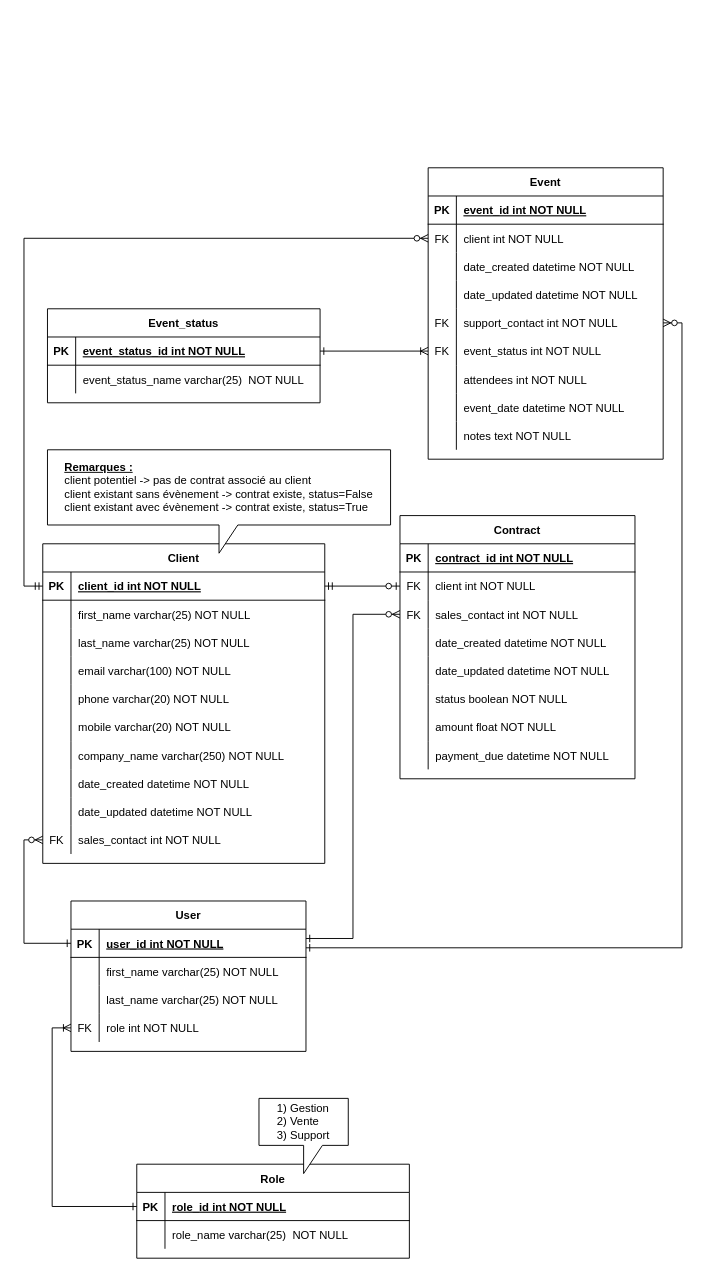
The draw.io diagram ERD_Epic_Events.drawio in Olrio/P12, before the edit. Source tidied: cells renumbered, new cells numbered last; positions are measured from the earlier drawing's top-left corner, leaving out a move shared by most shapes. Both pictures are drawn from the tidied source at 94%, with x=0, y=0 at pixel (42, 167).
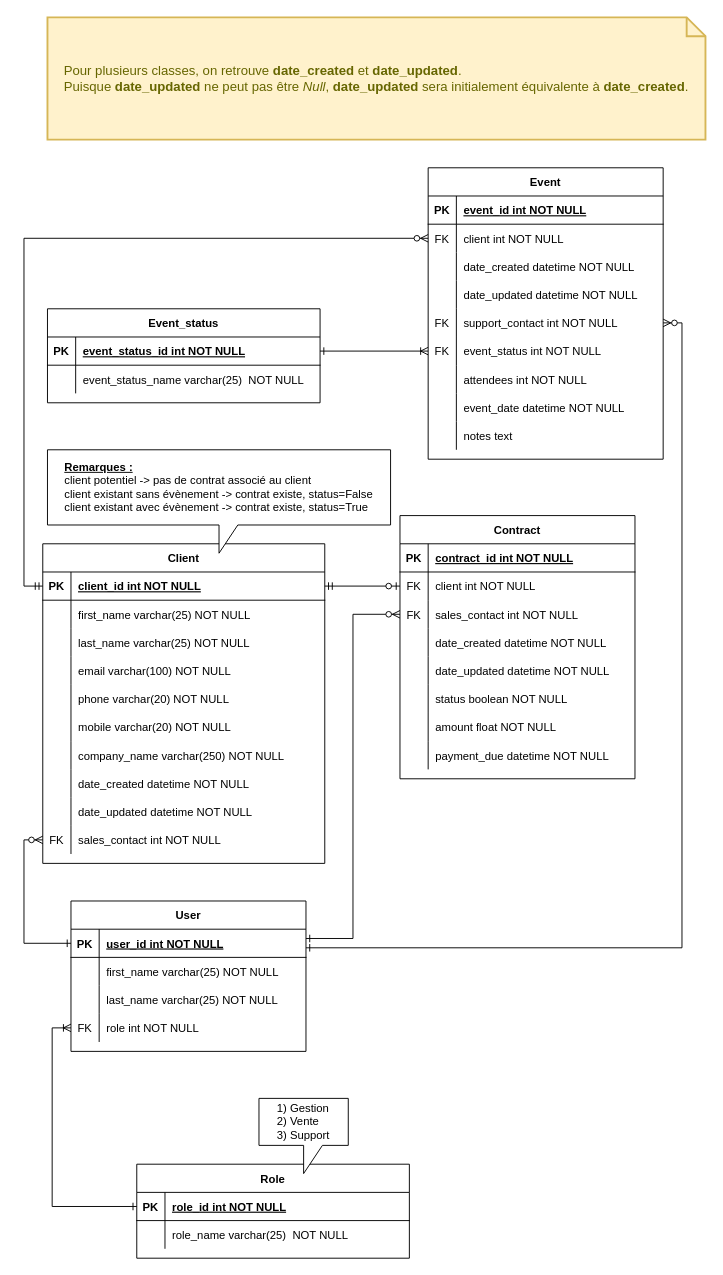
The same page after the edit.

Commit message (it also covers changes not shown here):
Ajout d'une note pour date_created et date_updated.

The change refers to these unchanged cells:
```xml
<mxCell id="99" style="shape=partialRectangle;fillColor=none;top=0;left=0;right=0;bottom=0;" parent="74" vertex="1">
  <mxGeometry y="270" width="250" height="30" as="geometry" />
</mxCell>
```

Change to the diagram source:
```diff
@@
-    <mxCell id="101" value="notes text NOT NULL" style="shape=partialRectangle;overflow=hidden;fillColor=none;top=0;left=0;bottom=0;right=0;align=left;spacingLeft=6;" parent="99" vertex="1">
+    <mxCell id="101" value="notes text" style="shape=partialRectangle;overflow=hidden;fillColor=none;top=0;left=0;bottom=0;right=0;align=left;spacingLeft=6;" parent="99" vertex="1">
       <mxGeometry x="30" width="220" height="30" as="geometry" />
     </mxCell>
@@
+    <mxCell id="122" value="&lt;div style=&quot;text-align: justify&quot;&gt;Pour plusieurs classes, on retrouve &lt;b&gt;date_created&lt;/b&gt; et &lt;b&gt;date_updated&lt;/b&gt;.&lt;/div&gt;&lt;div style=&quot;text-align: justify&quot;&gt;Puisque &lt;b&gt;date_updated&lt;/b&gt; ne peut pas être &lt;i&gt;Null&lt;/i&gt;, &lt;b&gt;date_updated&lt;/b&gt; sera initialement équivalente à &lt;b&gt;date_created&lt;/b&gt;.&lt;/div&gt;" style="shape=note;strokeWidth=2;fontSize=14;size=20;whiteSpace=wrap;html=1;fillColor=#fff2cc;strokeColor=#d6b656;fontColor=#666600;spacing=10;" parent="1" vertex="1">
+      <mxGeometry x="5" y="-160" width="700" height="130" as="geometry" />
+    </mxCell>
```
